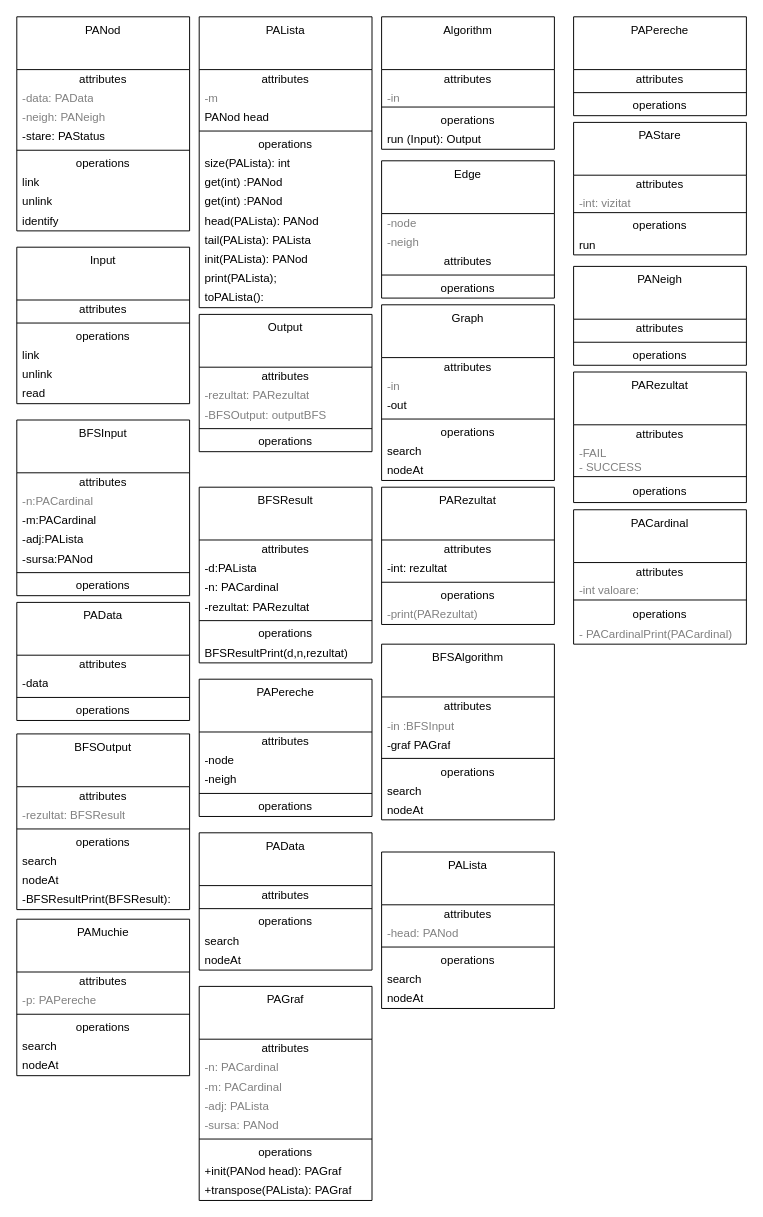
Cristof17/PALibrary keeps this draw.io diagram as C.drawio. Above is the earlier version. Source tidied: cells renumbered, new cells numbered last; positions are measured from the earlier drawing's top-left corner, leaving out a move shared by most shapes. Both pictures are drawn from the tidied source at 96%, with x=0, y=0 at pixel (16, 16).
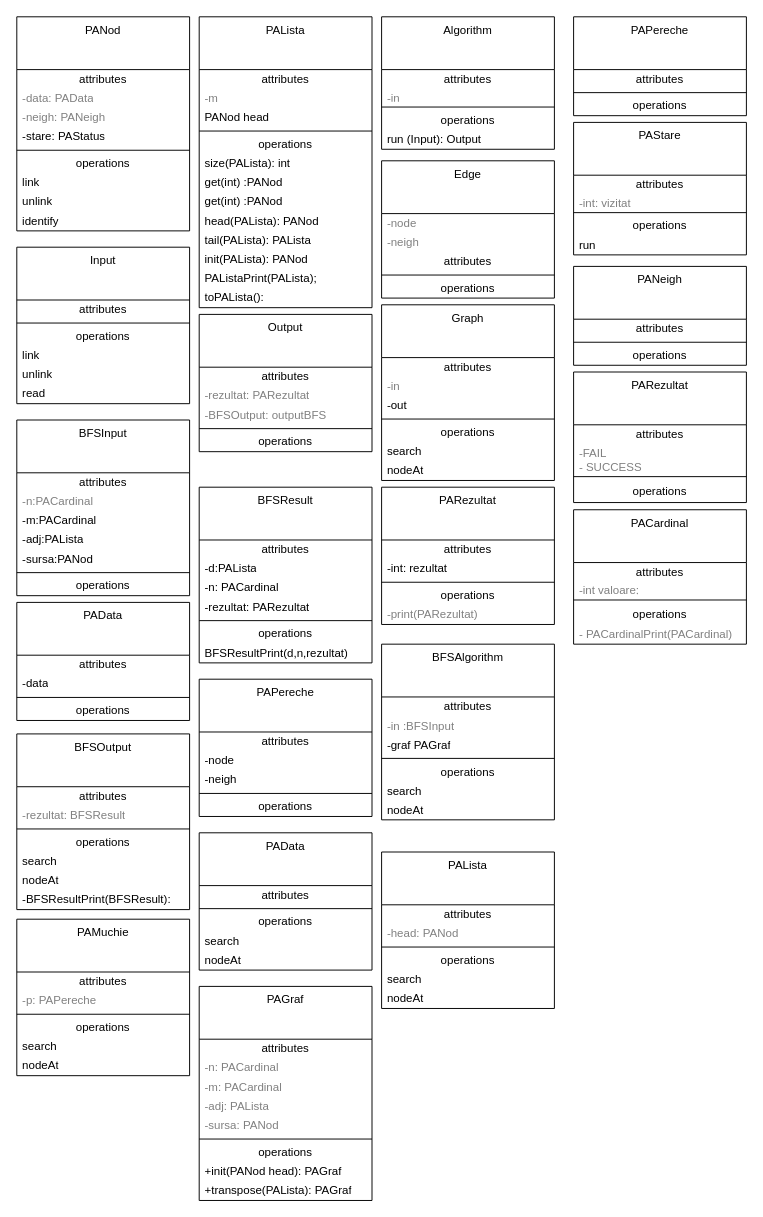
The same diagram, later.

The change refers to these unchanged cells:
```xml
<mxCell id="12" value="PALista" style="swimlane;fontStyle=0;align=center;verticalAlign=top;horizontal=1;startSize=55;html=1;whiteSpace=wrap;" parent="1" vertex="1">
  <mxGeometry x="190" width="180" height="303" as="geometry" />
</mxCell>
```

Diff of the diagram source:
```diff
@@
-    <mxCell id="24" value="print(PALista);" style="text;html=1;strokeColor=none;fillColor=none;align=left;verticalAlign=middle;spacingLeft=4;spacingRight=4;overflow=hidden;whiteSpace=wrap;" parent="12" vertex="1">
+    <mxCell id="24" value="PAListaPrint(PALista);" style="text;html=1;strokeColor=none;fillColor=none;align=left;verticalAlign=middle;spacingLeft=4;spacingRight=4;overflow=hidden;whiteSpace=wrap;" parent="12" vertex="1">
       <mxGeometry y="263" width="180" height="20" as="geometry" />
     </mxCell>
```
